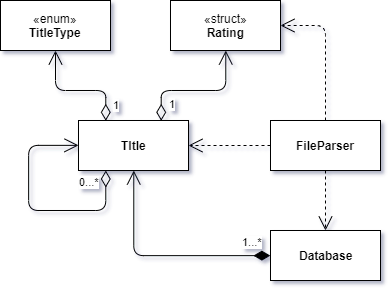
This is Images/DiagramaUML.png from RodrigoPrinheiro/LP2_P1, a draw.io export, as it was before one commit. Source tidied: cells renumbered, new cells last; positions are measured from the earlier drawing's top-left corner, leaving out a move shared by most shapes.
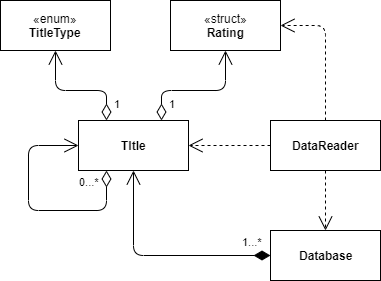
Above is the later version.

Commit message:
Update diagram with several corrections

The edit, as a diff of the source:
```diff
@@ -8,7 +8,7 @@
     <mxCell id="3" value="&lt;b&gt;TItle&lt;br&gt;&lt;/b&gt;" style="html=1;" parent="1" vertex="1">
       <mxGeometry x="78" y="120" width="110" height="50" as="geometry" />
     </mxCell>
-    <mxCell id="4" value="&lt;b&gt;FileParser&lt;/b&gt;" style="html=1;" parent="1" vertex="1">
+    <mxCell id="4" value="&lt;b&gt;DataReader&lt;/b&gt;" style="html=1;" parent="1" vertex="1">
       <mxGeometry x="270" y="120" width="110" height="50" as="geometry" />
     </mxCell>
     <mxCell id="5" value="1" style="endArrow=open;html=1;endSize=12;startArrow=diamondThin;startSize=14;startFill=0;edgeStyle=orthogonalEdgeStyle;align=left;verticalAlign=bottom;exitX=0.75;exitY=0;exitDx=0;exitDy=0;" parent="1" edge="1" source="3" target="10">
```
